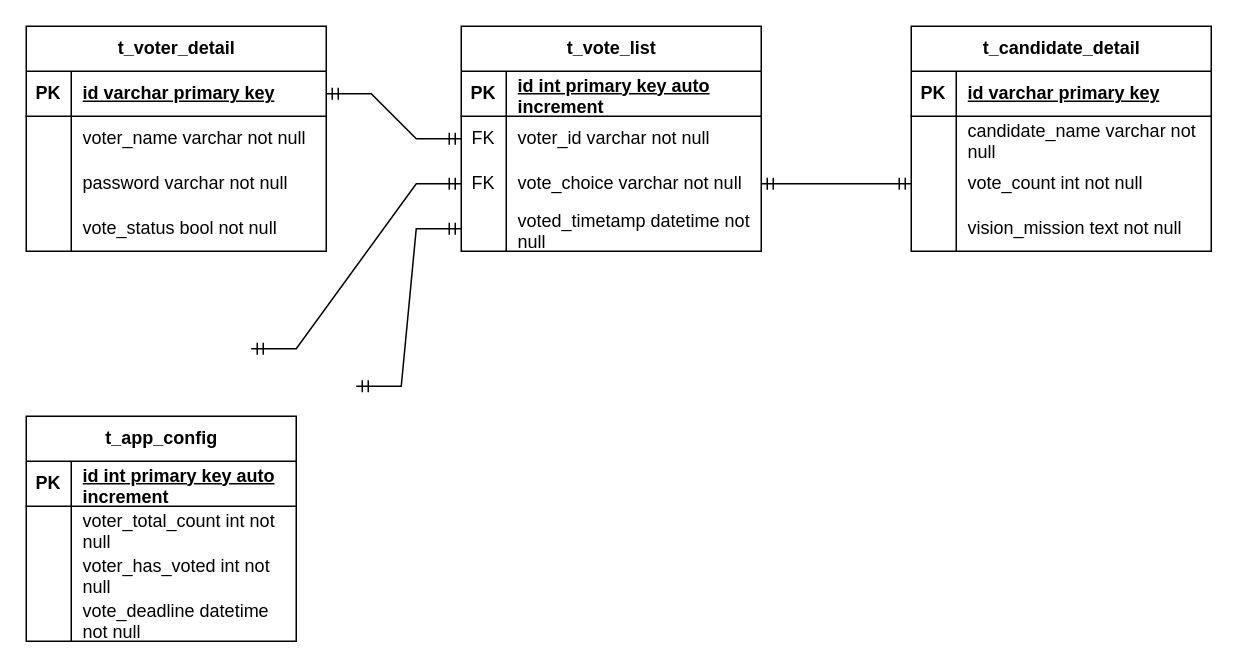
athahibatullah/e-vote keeps this draw.io diagram as docs/database schema.drawio. Above is the earlier version. Source tidied: cells renumbered, new cells numbered last; positions are measured from the earlier drawing's top-left corner, leaving out a move shared by most shapes. Both pictures are drawn from the tidied source at 150%, with x=0, y=0 at pixel (26, 26).
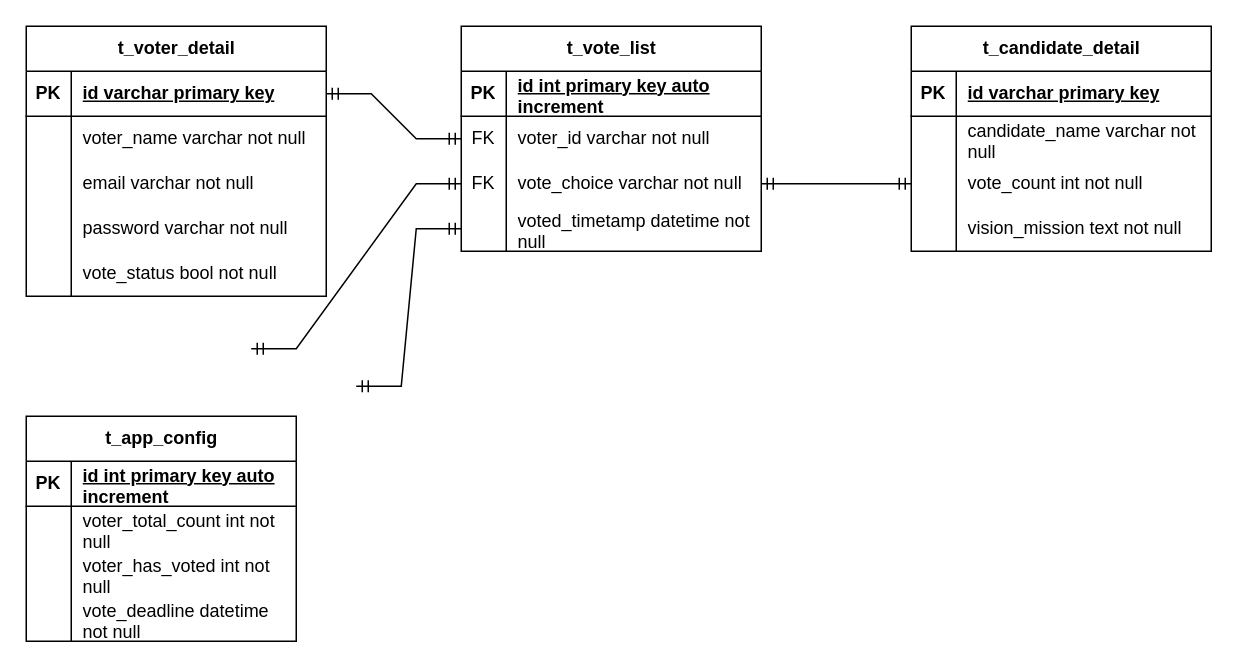
After the change.

Diff of the diagram source:
```diff
@@
     <mxCell id="2" value="t_voter_detail" style="shape=table;startSize=30;childLayout=tableLayout;rowLines=0;fontStyle=1;align=center;html=1;" parent="1" vertex="1">
-      <mxGeometry width="200" height="150" as="geometry" />
+      <mxGeometry width="200" height="180" as="geometry" />
     </mxCell>
@@
+    <mxCell id="58" style="shape=tableRow;horizontal=0;startSize=0;swimlaneHead=0;swimlaneBody=0;fillColor=none;top=0;left=0;right=0;bottom=0;" parent="2" vertex="1">
+      <mxGeometry y="90" width="200" height="30" as="geometry" />
+    </mxCell>
+    <mxCell id="59" style="shape=partialRectangle;fillColor=none;top=0;left=0;bottom=0;right=0;overflow=hidden;whiteSpace=wrap;html=1;" parent="58" vertex="1">
+      <mxGeometry width="30" height="30" as="geometry" />
+    </mxCell>
+    <mxCell id="60" value="email varchar not null" style="shape=partialRectangle;fillColor=none;top=0;left=0;bottom=0;right=0;align=left;spacingLeft=6;overflow=hidden;whiteSpace=wrap;html=1;" parent="58" vertex="1">
+      <mxGeometry x="30" width="170" height="30" as="geometry" />
+    </mxCell>
     <mxCell id="9" style="shape=tableRow;horizontal=0;startSize=0;swimlaneHead=0;swimlaneBody=0;fillColor=none;top=0;left=0;right=0;bottom=0;" parent="2" vertex="1">
-      <mxGeometry y="90" width="200" height="30" as="geometry" />
+      <mxGeometry y="120" width="200" height="30" as="geometry" />
     </mxCell>
@@
     <mxCell id="12" style="shape=tableRow;horizontal=0;startSize=0;swimlaneHead=0;swimlaneBody=0;fillColor=none;top=0;left=0;right=0;bottom=0;" parent="2" vertex="1">
-      <mxGeometry y="120" width="200" height="30" as="geometry" />
+      <mxGeometry y="150" width="200" height="30" as="geometry" />
     </mxCell>
```
